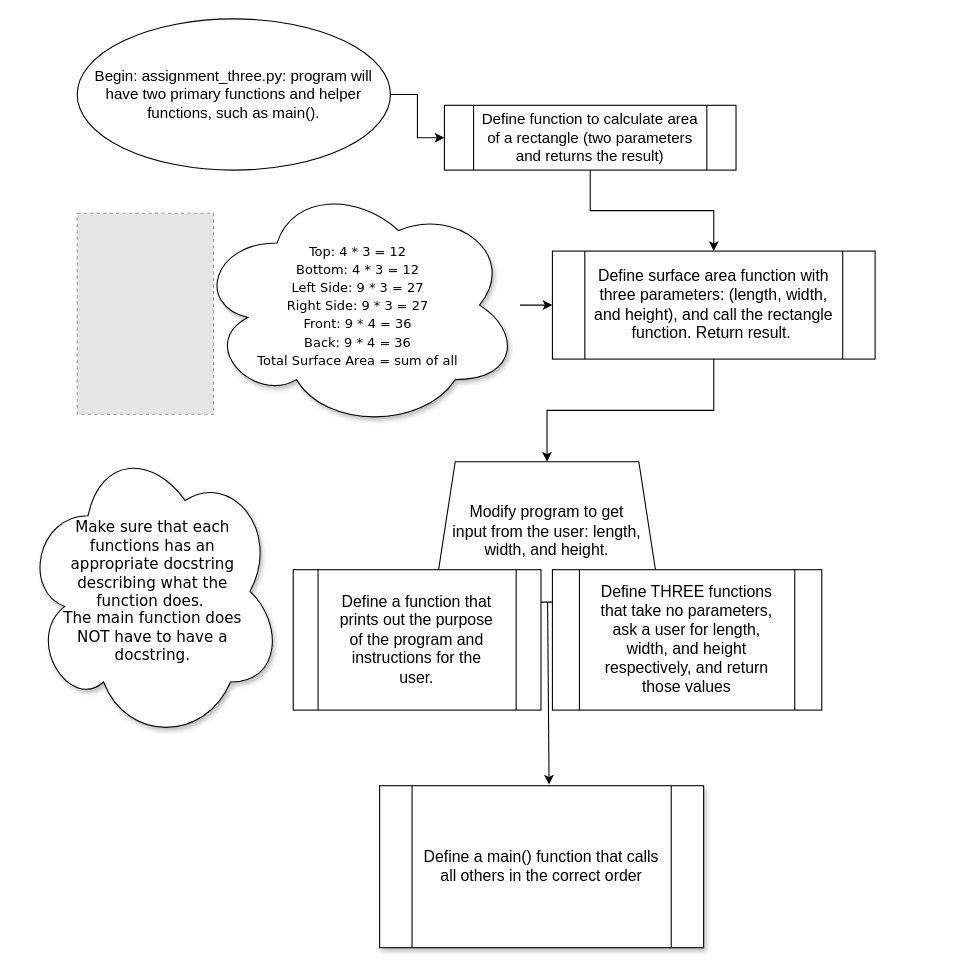
Before: Untitled Diagram.drawio in willitw/py_unit_three, a draw.io diagram. Source tidied: cells renumbered, new cells numbered last; positions are measured from the earlier drawing's top-left corner, leaving out a move shared by most shapes. Both pictures are drawn from the tidied source at 108%, with x=0, y=0 at pixel (23, 18). Pictures stored in the file or linked from it are replaced by grey dashed boxes.
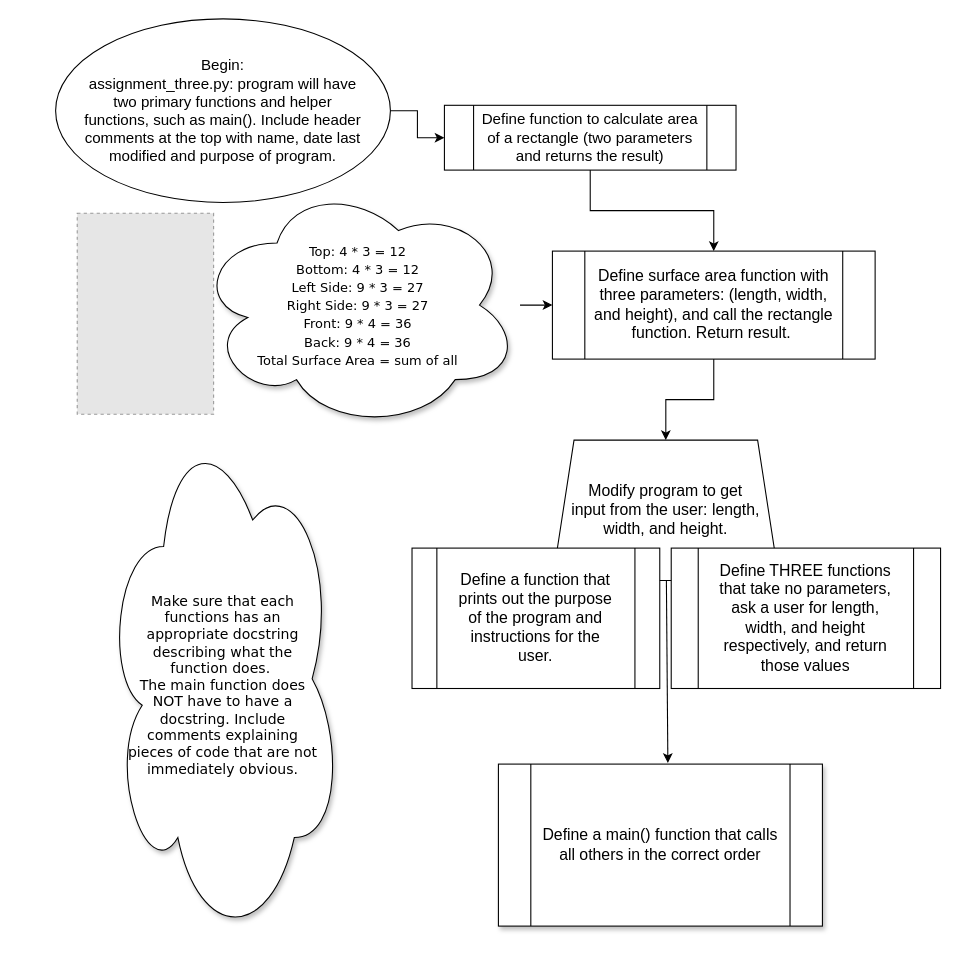
The same diagram, later.

What changed in the source:
```diff
@@
 <mxGraphModel>
   <root>
     <mxCell id="0" />
     <mxCell id="1" parent="0" />
     <mxCell id="2" style="edgeStyle=orthogonalEdgeStyle;rounded=0;jettySize=auto;html=1;" parent="1" edge="1" source="3" target="5">
       <mxGeometry relative="1" as="geometry" />
     </mxCell>
-    <mxCell id="3" value="&lt;font style=&quot;font-size: 14px;&quot;&gt;Begin: assignment_three.py:&amp;nbsp;&lt;span id=&quot;docs-internal-guid-b3acf94e-7fff-1f7b-59c8-6a6939bb219d&quot;&gt;&lt;span style=&quot;font-family: Arial; background-color: transparent; font-variant-numeric: normal; font-variant-east-asian: normal; vertical-align: baseline;&quot;&gt;program will have two primary functions and helper functions, such as main().&lt;/span&gt;&lt;/span&gt;&lt;/font&gt;" style="ellipse;whiteSpace=wrap;html=1;" parent="1" vertex="1">
-      <mxGeometry x="50" width="290" height="140" as="geometry" />
+    <mxCell id="3" value="&lt;font style=&quot;font-size: 14px;&quot;&gt;Begin:&lt;br&gt;assignment_three.py:&amp;nbsp;&lt;span id=&quot;docs-internal-guid-b3acf94e-7fff-1f7b-59c8-6a6939bb219d&quot;&gt;&lt;span style=&quot;font-family: Arial; background-color: transparent; font-variant-numeric: normal; font-variant-east-asian: normal; vertical-align: baseline;&quot;&gt;program will have two primary functions and helper functions, such as main().&amp;nbsp;Include header comments at the top with name, date last modified and purpose of program.&lt;/span&gt;&lt;/span&gt;&lt;/font&gt;" style="ellipse;whiteSpace=wrap;html=1;spacing=27;" parent="1" vertex="1">
+      <mxGeometry x="30" width="310" height="170" as="geometry" />
     </mxCell>
     <mxCell id="4" style="edgeStyle=orthogonalEdgeStyle;rounded=0;jettySize=auto;html=1;" parent="1" edge="1" source="5" target="7">
       <mxGeometry relative="1" as="geometry" />
     </mxCell>
     <mxCell id="5" value="&lt;font style=&quot;font-size: 14px;&quot;&gt;Define function to calculate area of a rectangle (two parameters and returns the result)&lt;/font&gt;" style="shape=process;whiteSpace=wrap;html=1;backgroundOutline=1;" parent="1" vertex="1">
       <mxGeometry x="390" y="80" width="270" height="60" as="geometry" />
     </mxCell>
     <mxCell id="6" style="edgeStyle=orthogonalEdgeStyle;rounded=0;jettySize=auto;html=1;fontFamily=Verdana;fontSize=12;" parent="1" edge="1" source="7" target="12">
       <mxGeometry relative="1" as="geometry" />
     </mxCell>
     <mxCell id="7" value="&lt;b id=&quot;docs-internal-guid-031a3e43-7fff-9be1-03f9-0a59f45e9817&quot; style=&quot;font-weight:normal;&quot;&gt;&lt;span style=&quot;font-size: 11pt; font-family: Arial; color: rgb(0, 0, 0); background-color: transparent; font-weight: 400; font-style: normal; font-variant: normal; text-decoration: none; vertical-align: baseline;&quot;&gt;Define surface area function with three parameters: (length, width, and height), and&lt;span style=&quot;font-family: Helvetica; font-size: 12px;&quot; id=&quot;docs-internal-guid-031a3e43-7fff-9be1-03f9-0a59f45e9817&quot;&gt;&lt;span style=&quot;font-size: 11pt; font-family: Arial; background-color: transparent; font-variant-numeric: normal; font-variant-east-asian: normal; vertical-align: baseline;&quot;&gt;&amp;nbsp;call the rectangle function.&lt;/span&gt;&lt;/span&gt;&amp;nbsp;Return result.&amp;nbsp;&lt;/span&gt;&lt;/b&gt;" style="shape=process;whiteSpace=wrap;html=1;backgroundOutline=1;" parent="1" vertex="1">
       <mxGeometry x="490" y="215" width="298.8" height="100" as="geometry" />
     </mxCell>
     <mxCell id="8" style="edgeStyle=orthogonalEdgeStyle;rounded=0;jettySize=auto;html=1;fontFamily=Verdana;fontSize=12;" parent="1" edge="1" source="9" target="7">
       <mxGeometry relative="1" as="geometry" />
     </mxCell>
     <mxCell id="9" value="&lt;span id=&quot;docs-internal-guid-595e009f-7fff-b5b6-c899-9cbd34e05275&quot;&gt;&lt;p style=&quot;line-height:1.2;margin-top:0pt;margin-bottom:0pt;&quot; dir=&quot;ltr&quot;&gt;&lt;font face=&quot;Verdana&quot;&gt;&lt;span style=&quot;font-size: 12px;&quot;&gt;Top: 4 * 3 = 12&lt;/span&gt;&lt;/font&gt;&lt;/p&gt;&lt;p style=&quot;line-height:1.2;margin-top:0pt;margin-bottom:0pt;&quot; dir=&quot;ltr&quot;&gt;&lt;font face=&quot;Verdana&quot;&gt;&lt;span style=&quot;font-size: 12px;&quot;&gt;Bottom: 4 * 3 = 12&lt;/span&gt;&lt;/font&gt;&lt;/p&gt;&lt;p style=&quot;line-height:1.2;margin-top:0pt;margin-bottom:0pt;&quot; dir=&quot;ltr&quot;&gt;&lt;font face=&quot;Verdana&quot;&gt;&lt;span style=&quot;font-size: 12px;&quot;&gt;Left Side: 9 * 3 = 27&lt;/span&gt;&lt;/font&gt;&lt;/p&gt;&lt;p style=&quot;line-height:1.2;margin-top:0pt;margin-bottom:0pt;&quot; dir=&quot;ltr&quot;&gt;&lt;font face=&quot;Verdana&quot;&gt;&lt;span style=&quot;font-size: 12px;&quot;&gt;Right Side: 9 * 3 = 27&lt;/span&gt;&lt;/font&gt;&lt;/p&gt;&lt;p style=&quot;line-height:1.2;margin-top:0pt;margin-bottom:0pt;&quot; dir=&quot;ltr&quot;&gt;&lt;font face=&quot;Verdana&quot;&gt;&lt;span style=&quot;font-size: 12px;&quot;&gt;Front: 9 * 4 = 36&lt;/span&gt;&lt;/font&gt;&lt;/p&gt;&lt;p style=&quot;line-height:1.2;margin-top:0pt;margin-bottom:0pt;&quot; dir=&quot;ltr&quot;&gt;&lt;font face=&quot;Verdana&quot;&gt;&lt;span style=&quot;font-size: 12px;&quot;&gt;Back: 9 * 4 = 36&lt;/span&gt;&lt;/font&gt;&lt;/p&gt;&lt;p style=&quot;line-height:1.2;margin-top:0pt;margin-bottom:0pt;&quot; dir=&quot;ltr&quot;&gt;&lt;font face=&quot;Verdana&quot;&gt;&lt;span style=&quot;font-size: 12px;&quot;&gt;Total Surface Area = sum of all&lt;/span&gt;&lt;/font&gt;&lt;/p&gt;&lt;/span&gt;" style="ellipse;shape=cloud;whiteSpace=wrap;html=1;fontSize=14;shadow=1;" parent="1" vertex="1">
       <mxGeometry x="160" y="150" width="300" height="230" as="geometry" />
     </mxCell>
     <mxCell id="10" style="fillColor=#E6E6E6;strokeColor=#999999;dashed=1;verticalLabelPosition=bottom;labelBackgroundColor=default;verticalAlign=top;" parent="1" vertex="1">
       <mxGeometry x="50" y="180" width="126.3" height="186" as="geometry" />
     </mxCell>
     <mxCell id="11" style="edgeStyle=none;rounded=0;jettySize=auto;html=1;entryX=0.523;entryY=-0.007;entryDx=0;entryDy=0;entryPerimeter=0;fontFamily=Verdana;fontSize=12;" parent="1" edge="1" source="12" target="15">
       <mxGeometry relative="1" as="geometry" />
     </mxCell>
     <mxCell id="12" value="&lt;span id=&quot;docs-internal-guid-d201ddb9-7fff-ac71-1d9e-6932e37286a2&quot;&gt;&lt;span style=&quot;font-size: 11pt; font-family: Arial; background-color: transparent; font-variant-numeric: normal; font-variant-east-asian: normal; vertical-align: baseline;&quot;&gt;Modify program to get input from the user: length, width, and height.&lt;/span&gt;&lt;/span&gt;" style="shape=trapezoid;perimeter=trapezoidPerimeter;whiteSpace=wrap;html=1;fixedSize=1;spacingLeft=0;spacingRight=0;spacing=17;" parent="1" vertex="1">
-      <mxGeometry x="380" y="410" width="210" height="130" as="geometry" />
+      <mxGeometry x="490" y="390" width="210" height="130" as="geometry" />
     </mxCell>
     <mxCell id="13" value="&lt;b id=&quot;docs-internal-guid-db304ff4-7fff-bbc4-e4da-ecc398f0b9fa&quot; style=&quot;font-weight:normal;&quot;&gt;&lt;span style=&quot;font-size: 11pt; font-family: Arial; color: rgb(0, 0, 0); background-color: transparent; font-weight: 400; font-style: normal; font-variant: normal; text-decoration: none; vertical-align: baseline;&quot;&gt;Define a function that prints out the purpose of the program and instructions for the user.&lt;/span&gt;&lt;/b&gt;" style="shape=process;whiteSpace=wrap;html=1;backgroundOutline=1;spacingLeft=0;spacingRight=0;spacing=17;" parent="1" vertex="1">
-      <mxGeometry x="250" y="510" width="229.4" height="130" as="geometry" />
+      <mxGeometry x="360" y="490" width="229.4" height="130" as="geometry" />
     </mxCell>
     <mxCell id="14" value="&lt;span id=&quot;docs-internal-guid-d1c4fba4-7fff-7ddf-a1aa-2551b7d89ff7&quot;&gt;&lt;span style=&quot;font-size: 11pt; font-family: Arial; background-color: transparent; font-variant-numeric: normal; font-variant-east-asian: normal; vertical-align: baseline;&quot;&gt;Define THREE functions that take no parameters, ask a user for length, width, and height respectively, and return those values&lt;/span&gt;&lt;/span&gt;" style="shape=process;whiteSpace=wrap;html=1;backgroundOutline=1;spacingLeft=0;spacingRight=0;spacing=17;" parent="1" vertex="1">
-      <mxGeometry x="490" y="510" width="249.4" height="130" as="geometry" />
+      <mxGeometry x="600" y="490" width="249.4" height="130" as="geometry" />
     </mxCell>
     <mxCell id="15" value="&lt;span id=&quot;docs-internal-guid-bf40f56d-7fff-f17d-5b60-7681d7a6a7a1&quot;&gt;&lt;span style=&quot;font-size: 11pt; font-family: Arial; background-color: transparent; font-variant-numeric: normal; font-variant-east-asian: normal; vertical-align: baseline;&quot;&gt;Define a main() function that calls all others in the correct order&lt;/span&gt;&lt;/span&gt;" style="shape=process;whiteSpace=wrap;html=1;backgroundOutline=1;shadow=1;fontFamily=Verdana;fontSize=12;spacing=7;" parent="1" vertex="1">
-      <mxGeometry x="330" y="710" width="300" height="150" as="geometry" />
+      <mxGeometry x="440" y="690" width="300" height="150" as="geometry" />
     </mxCell>
-    <mxCell id="16" value="&lt;div&gt;&lt;font style=&quot;font-size: 14px;&quot;&gt;Make sure that each functions has an appropriate docstring describing what the function does.&amp;nbsp;&lt;/font&gt;&lt;/div&gt;&lt;div&gt;&lt;font style=&quot;font-size: 14px;&quot;&gt;The main function does NOT have to have a docstring.&lt;/font&gt;&lt;/div&gt;" style="ellipse;shape=cloud;whiteSpace=wrap;html=1;shadow=1;fontFamily=Verdana;fontSize=12;spacing=23;" parent="1" vertex="1">
-      <mxGeometry y="390" width="240" height="280" as="geometry" />
+    <mxCell id="16" value="Make sure that each functions has an appropriate docstring describing what the function does.&amp;nbsp;&lt;br style=&quot;font-size: 13px;&quot;&gt;The main function does NOT have to have a docstring.&amp;nbsp;Include comments explaining pieces of code that are not immediately obvious." style="ellipse;shape=cloud;shadow=1;fontFamily=Verdana;fontSize=13;spacing=21;spacingTop=12;whiteSpace=wrap;html=1;" parent="1" vertex="1">
+      <mxGeometry x="75" y="366" width="220" height="490" as="geometry" />
     </mxCell>
   </root>
 </mxGraphModel>
```
